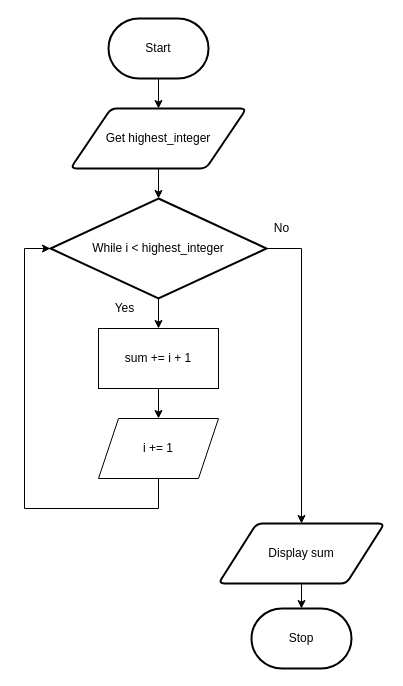
Above: page "Flowchart" (1 of 2) of design.drawio in Samuel-Webster-178/ICS3U-Unit4-Unit4-01-Python (draw.io), before the change. Source tidied: cells renumbered, new cells numbered last; positions are measured from the earlier drawing's top-left corner, leaving out a move shared by most shapes. Both pictures are drawn from the tidied source at 100%, with x=0, y=0 at pixel (24, 18).
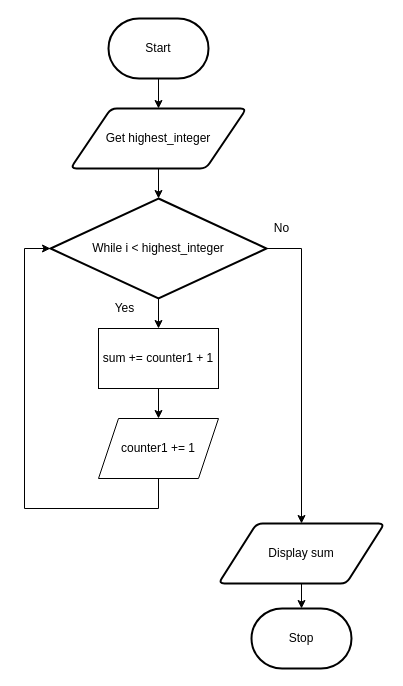
The same page after the edit.

What changed in the source:
```diff
@@
-    <mxCell id="13" value="sum += i + 1" style="rounded=0;whiteSpace=wrap;html=1;" parent="1" vertex="1">
+    <mxCell id="13" value="sum += counter1 + 1" style="rounded=0;whiteSpace=wrap;html=1;" parent="1" vertex="1">
       <mxGeometry x="74" y="310" width="120" height="60" as="geometry" />
     </mxCell>
@@
-    <mxCell id="17" value="i += 1" style="shape=parallelogram;perimeter=parallelogramPerimeter;whiteSpace=wrap;html=1;fixedSize=1;" parent="1" vertex="1">
+    <mxCell id="17" value="counter1&amp;nbsp;+= 1" style="shape=parallelogram;perimeter=parallelogramPerimeter;whiteSpace=wrap;html=1;fixedSize=1;" parent="1" vertex="1">
       <mxGeometry x="74" y="400" width="120" height="60" as="geometry" />
     </mxCell>
```
